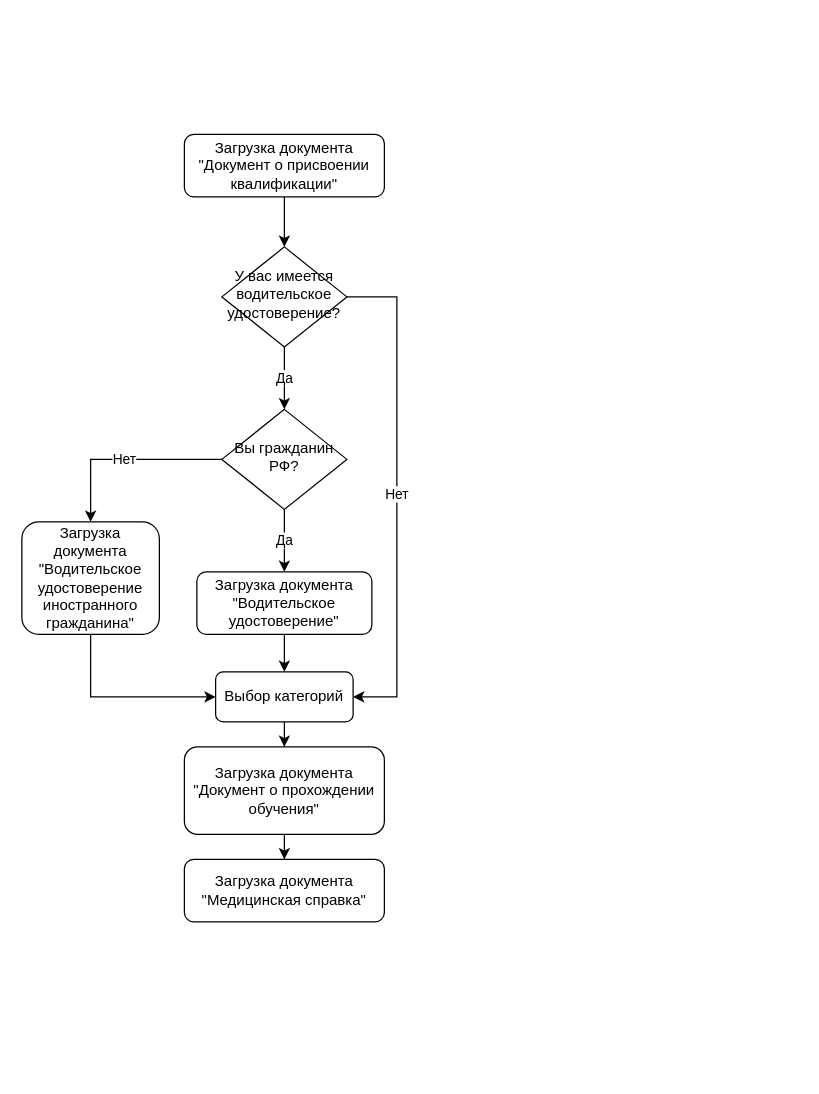
Earlier version of the draw.io diagram page "Присвоение дополнительной квалификации" (3 of 8) of Untitled Diagram.drawio (ainaraslan/test). Source tidied: cells renumbered, new cells numbered last; positions are measured from the earlier drawing's top-left corner, leaving out a move shared by most shapes. Both pictures are drawn from the tidied source at 125%, with x=0, y=0 at pixel (21, 134).
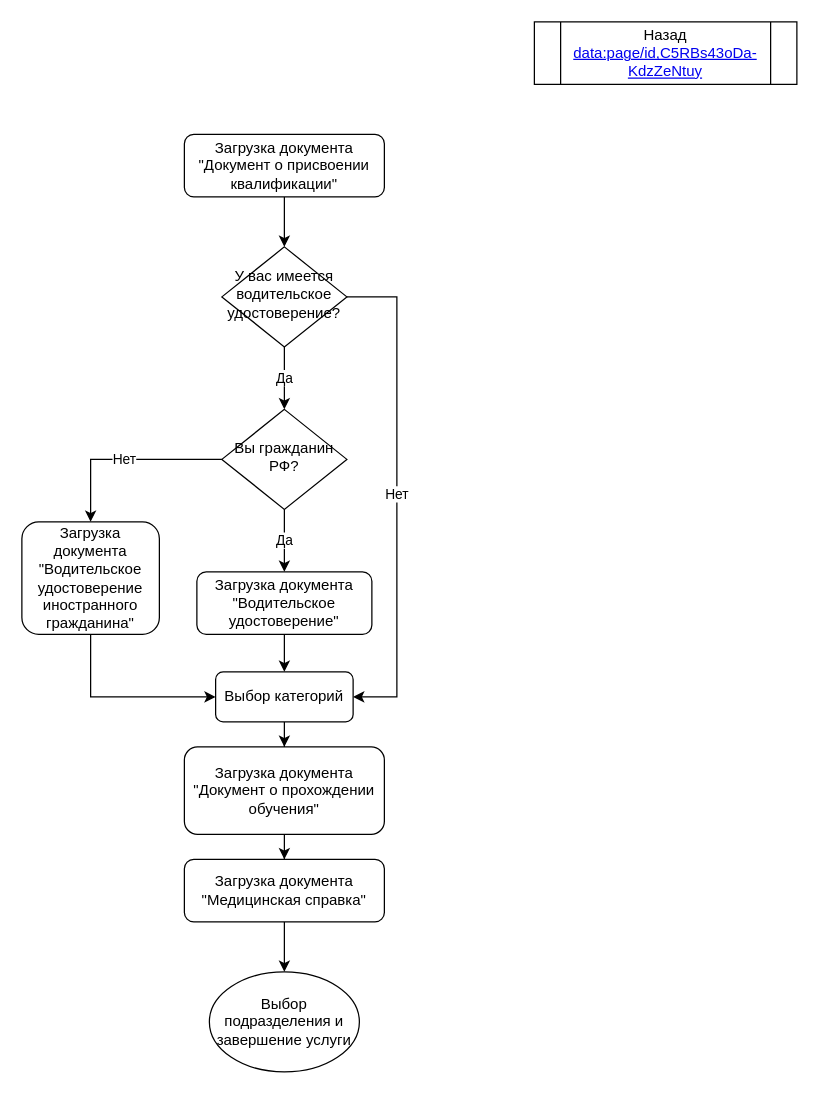
The same diagram, later.

The change refers to these unchanged cells:
```xml
<mxCell id="18" value="Загрузка документа &quot;Медицинская справка&quot;" style="rounded=1;whiteSpace=wrap;html=1;shadow=0;strokeWidth=1;" parent="1" vertex="1">
  <mxGeometry x="130" y="580" width="160" height="50" as="geometry" />
</mxCell>
```

What changed in the source:
```diff
@@
+    <mxCell id="19" style="edgeStyle=orthogonalEdgeStyle;rounded=0;jettySize=auto;html=1;entryX=0.5;entryY=0;entryDx=0;entryDy=0;" parent="1" edge="1" source="18" target="20">
+      <mxGeometry relative="1" as="geometry" />
+    </mxCell>
@@
+    <mxCell id="20" value="Выбор подразделения и завершение услуги" style="ellipse;whiteSpace=wrap;html=1;shadow=0;strokeWidth=1;" parent="1" vertex="1">
+      <mxGeometry x="150" y="670" width="120" height="80" as="geometry" />
+    </mxCell>
+    <mxCell id="21" value="Назад&lt;br&gt;&lt;a href=&quot;null&quot;&gt;data:page/id,C5RBs43oDa-KdzZeNtuy&lt;/a&gt;" style="shape=process;whiteSpace=wrap;html=1;backgroundOutline=1;shadow=0;strokeWidth=1;" parent="1" vertex="1">
+      <mxGeometry x="410" y="-90" width="210" height="50" as="geometry" />
+    </mxCell>
```
